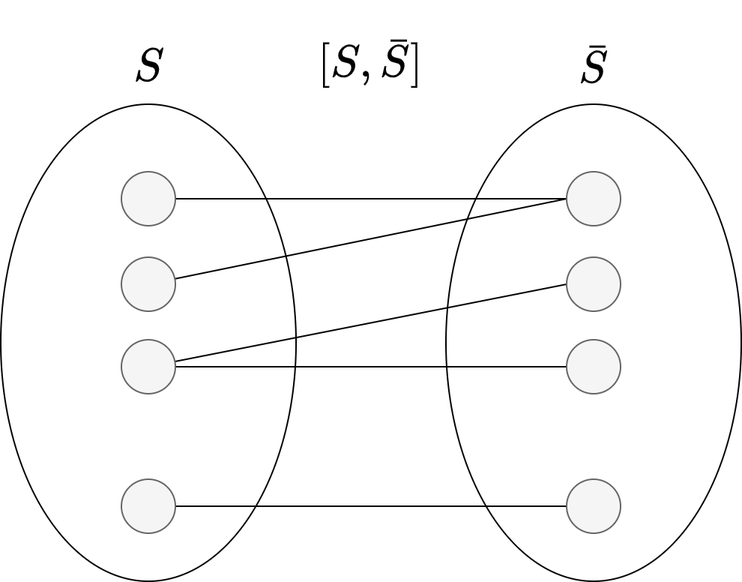
zobinHuang/zobinhuang.github.io keeps this draw.io diagram as sec_learning/Algorithm/Graph_Theory_10_Network_Reliability/pic/whitney.png. Above is the earlier version. Source tidied: cells renumbered, new cells last; positions are measured from the earlier drawing's top-left corner, leaving out a move shared by most shapes.
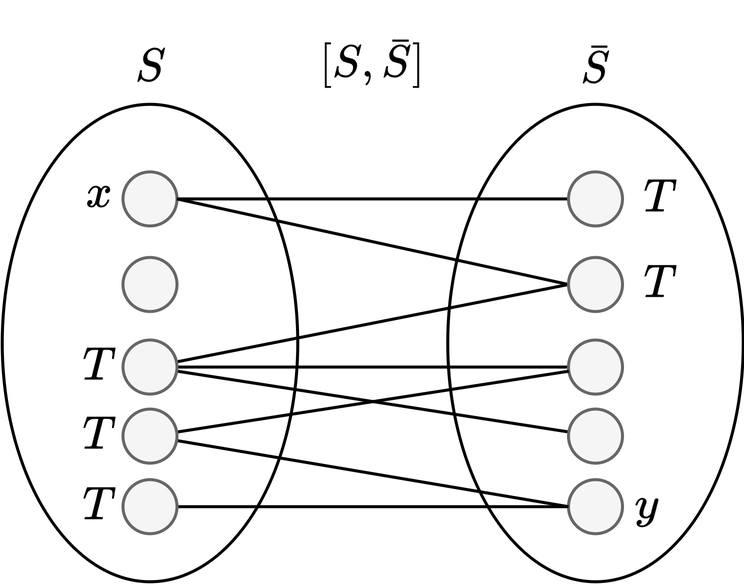
Above is the later version.

The edit, as a diff of the source:
```diff
@@ -2,59 +2,95 @@
   <root>
     <mxCell id="0" />
     <mxCell id="1" parent="0" />
-    <mxCell id="2" style="ellipse;whiteSpace=wrap;html=1;" parent="1" vertex="1">
-      <mxGeometry x="297" y="42" width="197" height="318" as="geometry" />
+    <mxCell id="2" style="ellipse;whiteSpace=wrap;html=1;strokeWidth=2;" parent="1" vertex="1">
+      <mxGeometry x="1055" y="42" width="197" height="318" as="geometry" />
     </mxCell>
-    <mxCell id="3" style="ellipse;whiteSpace=wrap;html=1;" parent="1" vertex="1">
-      <mxGeometry y="42" width="197" height="318" as="geometry" />
+    <mxCell id="3" style="ellipse;whiteSpace=wrap;html=1;strokeWidth=2;" parent="1" vertex="1">
+      <mxGeometry x="758" y="42" width="197" height="318" as="geometry" />
     </mxCell>
-    <mxCell id="4" style="rounded=0;jettySize=auto;html=1;endArrow=none;endFill=0;" parent="1" edge="1" source="5" target="13">
+    <mxCell id="4" style="rounded=0;jettySize=auto;html=1;endArrow=none;endFill=0;strokeWidth=2;" parent="1" edge="1" source="5" target="14">
       <mxGeometry relative="1" as="geometry" />
     </mxCell>
-    <mxCell id="5" style="ellipse;whiteSpace=wrap;html=1;fillColor=#f5f5f5;fontColor=#333333;strokeColor=#666666;" parent="1" vertex="1">
-      <mxGeometry x="80.5" y="87" width="36" height="36" as="geometry" />
+    <mxCell id="5" style="ellipse;whiteSpace=wrap;html=1;fillColor=#f5f5f5;fontColor=#333333;strokeColor=#666666;strokeWidth=2;" parent="1" vertex="1">
+      <mxGeometry x="838.5" y="87" width="36" height="36" as="geometry" />
     </mxCell>
-    <mxCell id="6" style="rounded=0;jettySize=auto;html=1;entryX=0;entryY=0.5;entryDx=0;entryDy=0;endArrow=none;endFill=0;" parent="1" edge="1" source="7" target="13">
-      <mxGeometry relative="1" as="geometry" />
+    <mxCell id="6" style="ellipse;whiteSpace=wrap;html=1;fillColor=#f5f5f5;fontColor=#333333;strokeColor=#666666;strokeWidth=2;" parent="1" vertex="1">
+      <mxGeometry x="838.5" y="144" width="36" height="36" as="geometry" />
     </mxCell>
-    <mxCell id="7" style="ellipse;whiteSpace=wrap;html=1;fillColor=#f5f5f5;fontColor=#333333;strokeColor=#666666;" parent="1" vertex="1">
-      <mxGeometry x="80.5" y="144" width="36" height="36" as="geometry" />
+    <mxCell id="7" style="edgeStyle=none;rounded=0;jettySize=auto;html=1;endArrow=none;endFill=0;exitX=1;exitY=0.5;exitDx=0;exitDy=0;entryX=0;entryY=0.5;entryDx=0;entryDy=0;strokeWidth=2;" parent="1" edge="1" source="5" target="15">
+      <mxGeometry relative="1" as="geometry" />
     </mxCell>
-    <mxCell id="8" style="edgeStyle=none;rounded=0;jettySize=auto;html=1;entryX=0;entryY=0.5;entryDx=0;entryDy=0;endArrow=none;endFill=0;" parent="1" edge="1" source="10" target="14">
+    <mxCell id="8" style="edgeStyle=none;rounded=0;jettySize=auto;html=1;entryX=0;entryY=0.5;entryDx=0;entryDy=0;fontSize=25;endArrow=none;endFill=0;strokeWidth=2;" parent="1" edge="1" source="11" target="15">
       <mxGeometry relative="1" as="geometry" />
     </mxCell>
-    <mxCell id="9" style="edgeStyle=none;rounded=0;jettySize=auto;html=1;endArrow=none;endFill=0;" parent="1" edge="1" source="10" target="15">
+    <mxCell id="9" style="edgeStyle=none;rounded=0;jettySize=auto;html=1;entryX=0;entryY=0.5;entryDx=0;entryDy=0;fontSize=25;endArrow=none;endFill=0;strokeWidth=2;" parent="1" edge="1" source="11" target="16">
       <mxGeometry relative="1" as="geometry" />
     </mxCell>
-    <mxCell id="10" style="ellipse;whiteSpace=wrap;html=1;fillColor=#f5f5f5;fontColor=#333333;strokeColor=#666666;" parent="1" vertex="1">
-      <mxGeometry x="80.5" y="199" width="36" height="36" as="geometry" />
+    <mxCell id="10" style="edgeStyle=none;rounded=0;jettySize=auto;html=1;fontSize=25;endArrow=none;endFill=0;strokeWidth=2;" parent="1" edge="1" source="11" target="26">
+      <mxGeometry relative="1" as="geometry" />
     </mxCell>
-    <mxCell id="11" style="edgeStyle=none;rounded=0;jettySize=auto;html=1;endArrow=none;endFill=0;" parent="1" edge="1" source="12" target="16">
-      <mxGeometry relative="1" as="geometry" />
+    <mxCell id="11" style="ellipse;whiteSpace=wrap;html=1;fillColor=#f5f5f5;fontColor=#333333;strokeColor=#666666;strokeWidth=2;" parent="1" vertex="1">
+      <mxGeometry x="838.5" y="199" width="36" height="36" as="geometry" />
     </mxCell>
-    <mxCell id="12" style="ellipse;whiteSpace=wrap;html=1;fillColor=#f5f5f5;fontColor=#333333;strokeColor=#666666;" parent="1" vertex="1">
-      <mxGeometry x="80.5" y="292" width="36" height="36" as="geometry" />
+    <mxCell id="12" style="edgeStyle=none;rounded=0;jettySize=auto;html=1;fontSize=25;endArrow=none;endFill=0;strokeWidth=2;" parent="1" edge="1" source="13" target="17">
+      <mxGeometry relative="1" as="geometry" />
     </mxCell>
-    <mxCell id="13" style="ellipse;whiteSpace=wrap;html=1;fillColor=#f5f5f5;fontColor=#333333;strokeColor=#666666;" parent="1" vertex="1">
-      <mxGeometry x="377.5" y="87" width="36" height="36" as="geometry" />
+    <mxCell id="13" style="ellipse;whiteSpace=wrap;html=1;fillColor=#f5f5f5;fontColor=#333333;strokeColor=#666666;strokeWidth=2;" parent="1" vertex="1">
+      <mxGeometry x="838.5" y="292" width="36" height="36" as="geometry" />
     </mxCell>
-    <mxCell id="14" style="ellipse;whiteSpace=wrap;html=1;fillColor=#f5f5f5;fontColor=#333333;strokeColor=#666666;" parent="1" vertex="1">
-      <mxGeometry x="377.5" y="144" width="36" height="36" as="geometry" />
+    <mxCell id="14" style="ellipse;whiteSpace=wrap;html=1;fillColor=#f5f5f5;fontColor=#333333;strokeColor=#666666;strokeWidth=2;" parent="1" vertex="1">
+      <mxGeometry x="1135.5" y="87" width="36" height="36" as="geometry" />
     </mxCell>
-    <mxCell id="15" style="ellipse;whiteSpace=wrap;html=1;fillColor=#f5f5f5;fontColor=#333333;strokeColor=#666666;" parent="1" vertex="1">
-      <mxGeometry x="377.5" y="199" width="36" height="36" as="geometry" />
+    <mxCell id="15" style="ellipse;whiteSpace=wrap;html=1;fillColor=#f5f5f5;fontColor=#333333;strokeColor=#666666;strokeWidth=2;" parent="1" vertex="1">
+      <mxGeometry x="1135.5" y="144" width="36" height="36" as="geometry" />
     </mxCell>
-    <mxCell id="16" style="ellipse;whiteSpace=wrap;html=1;fillColor=#f5f5f5;fontColor=#333333;strokeColor=#666666;" parent="1" vertex="1">
-      <mxGeometry x="377.5" y="292" width="36" height="36" as="geometry" />
+    <mxCell id="16" style="ellipse;whiteSpace=wrap;html=1;fillColor=#f5f5f5;fontColor=#333333;strokeColor=#666666;strokeWidth=2;" parent="1" vertex="1">
+      <mxGeometry x="1135.5" y="199" width="36" height="36" as="geometry" />
     </mxCell>
-    <mxCell id="17" value="$$S$$" style="text;html=1;strokeColor=none;fillColor=none;align=center;verticalAlign=middle;whiteSpace=wrap;rounded=0;fontSize=25;" parent="1" vertex="1">
-      <mxGeometry x="68.5" y="3" width="60" height="30" as="geometry" />
+    <mxCell id="17" style="ellipse;whiteSpace=wrap;html=1;fillColor=#f5f5f5;fontColor=#333333;strokeColor=#666666;strokeWidth=2;" parent="1" vertex="1">
+      <mxGeometry x="1135.5" y="292" width="36" height="36" as="geometry" />
     </mxCell>
-    <mxCell id="18" value="$$\bar{S}$$" style="text;html=1;strokeColor=none;fillColor=none;align=center;verticalAlign=middle;whiteSpace=wrap;rounded=0;fontSize=25;" parent="1" vertex="1">
-      <mxGeometry x="365.5" y="3" width="60" height="30" as="geometry" />
+    <mxCell id="18" value="$$S$$" style="text;html=1;strokeColor=none;fillColor=none;align=center;verticalAlign=middle;whiteSpace=wrap;rounded=0;fontSize=25;strokeWidth=2;" parent="1" vertex="1">
+      <mxGeometry x="826.5" y="3" width="60" height="30" as="geometry" />
     </mxCell>
-    <mxCell id="19" value="$$[S,\bar{S}]$$" style="text;html=1;strokeColor=none;fillColor=none;align=center;verticalAlign=middle;whiteSpace=wrap;rounded=0;fontSize=25;" parent="1" vertex="1">
-      <mxGeometry x="217" width="60" height="30" as="geometry" />
+    <mxCell id="19" value="$$\bar{S}$$" style="text;html=1;strokeColor=none;fillColor=none;align=center;verticalAlign=middle;whiteSpace=wrap;rounded=0;fontSize=25;strokeWidth=2;" parent="1" vertex="1">
+      <mxGeometry x="1123.5" y="3" width="60" height="30" as="geometry" />
     </mxCell>
+    <mxCell id="20" value="$$[S,\bar{S}]$$" style="text;html=1;strokeColor=none;fillColor=none;align=center;verticalAlign=middle;whiteSpace=wrap;rounded=0;fontSize=25;strokeWidth=2;" parent="1" vertex="1">
+      <mxGeometry x="975" width="60" height="30" as="geometry" />
+    </mxCell>
+    <mxCell id="21" value="$$x$$" style="text;html=1;strokeColor=none;fillColor=none;align=center;verticalAlign=middle;whiteSpace=wrap;rounded=0;fontSize=25;strokeWidth=2;" parent="1" vertex="1">
+      <mxGeometry x="793" y="87" width="60" height="30" as="geometry" />
+    </mxCell>
+    <mxCell id="22" value="$$y$$" style="text;html=1;strokeColor=none;fillColor=none;align=center;verticalAlign=middle;whiteSpace=wrap;rounded=0;fontSize=25;strokeWidth=2;" parent="1" vertex="1">
+      <mxGeometry x="1158" y="295" width="60" height="30" as="geometry" />
+    </mxCell>
+    <mxCell id="23" style="edgeStyle=none;rounded=0;jettySize=auto;html=1;fontSize=25;endArrow=none;endFill=0;strokeWidth=2;" parent="1" edge="1" source="25" target="16">
+      <mxGeometry relative="1" as="geometry" />
+    </mxCell>
+    <mxCell id="24" style="edgeStyle=none;rounded=0;jettySize=auto;html=1;entryX=0;entryY=0.5;entryDx=0;entryDy=0;fontSize=25;endArrow=none;endFill=0;strokeWidth=2;" parent="1" edge="1" source="25" target="17">
+      <mxGeometry relative="1" as="geometry" />
+    </mxCell>
+    <mxCell id="25" style="ellipse;whiteSpace=wrap;html=1;fillColor=#f5f5f5;fontColor=#333333;strokeColor=#666666;strokeWidth=2;" parent="1" vertex="1">
+      <mxGeometry x="838.5" y="245" width="36" height="36" as="geometry" />
+    </mxCell>
+    <mxCell id="26" style="ellipse;whiteSpace=wrap;html=1;fillColor=#f5f5f5;fontColor=#333333;strokeColor=#666666;strokeWidth=2;" parent="1" vertex="1">
+      <mxGeometry x="1135.5" y="245" width="36" height="36" as="geometry" />
+    </mxCell>
+    <mxCell id="27" value="$$T$$" style="text;html=1;strokeColor=none;fillColor=none;align=center;verticalAlign=middle;whiteSpace=wrap;rounded=0;fontSize=25;strokeWidth=2;" parent="1" vertex="1">
+      <mxGeometry x="1167" y="90" width="60" height="30" as="geometry" />
+    </mxCell>
+    <mxCell id="28" value="$$T$$" style="text;html=1;strokeColor=none;fillColor=none;align=center;verticalAlign=middle;whiteSpace=wrap;rounded=0;fontSize=25;strokeWidth=2;" parent="1" vertex="1">
+      <mxGeometry x="1167" y="147" width="60" height="30" as="geometry" />
+    </mxCell>
+    <mxCell id="29" value="$$T$$" style="text;html=1;strokeColor=none;fillColor=none;align=center;verticalAlign=middle;whiteSpace=wrap;rounded=0;fontSize=25;strokeWidth=2;" parent="1" vertex="1">
+      <mxGeometry x="793" y="202" width="60" height="30" as="geometry" />
+    </mxCell>
+    <mxCell id="30" value="$$T$$" style="text;html=1;strokeColor=none;fillColor=none;align=center;verticalAlign=middle;whiteSpace=wrap;rounded=0;fontSize=25;strokeWidth=2;" parent="1" vertex="1">
+      <mxGeometry x="793" y="248" width="60" height="30" as="geometry" />
+    </mxCell>
+    <mxCell id="31" value="$$T$$" style="text;html=1;strokeColor=none;fillColor=none;align=center;verticalAlign=middle;whiteSpace=wrap;rounded=0;fontSize=25;strokeWidth=2;" parent="1" vertex="1">
+      <mxGeometry x="793" y="295" width="60" height="30" as="geometry" />
+    </mxCell>
   </root>
 </mxGraphModel>
```
